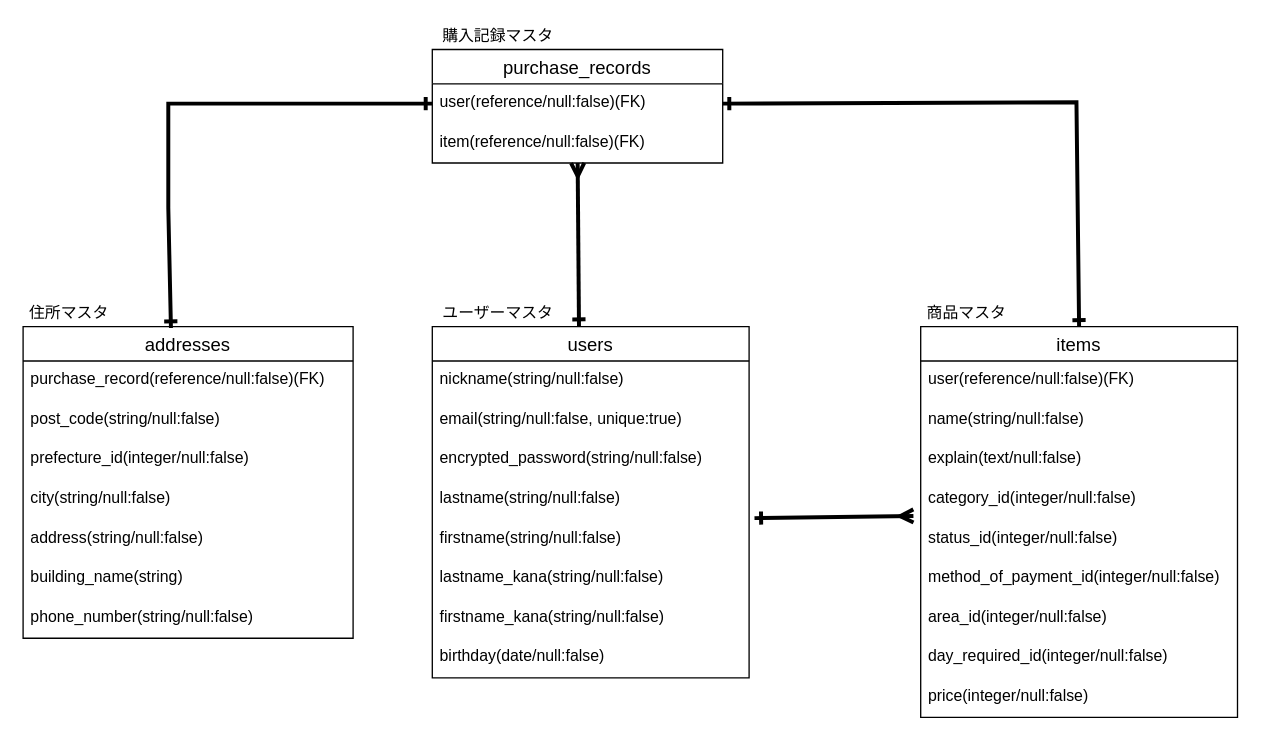
Before: ER.dio in Shira3yuriharu/furima-32353, a draw.io diagram. Source tidied: cells renumbered, new cells numbered last; positions are measured from the earlier drawing's top-left corner, leaving out a move shared by most shapes. Both pictures are drawn from the tidied source at 132%, with x=0, y=0 at pixel (22, 22).
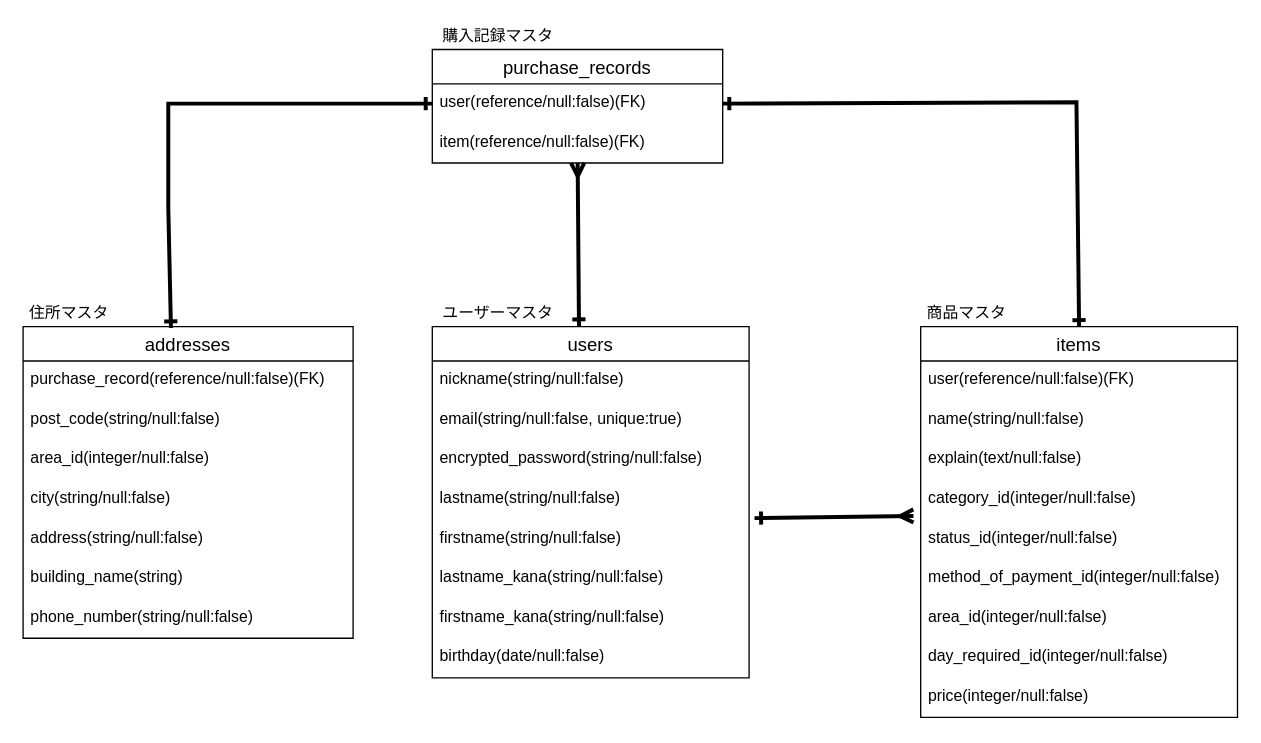
After the change.

Commit message (it also covers changes not shown here):
メンターの方からの指摘対応⑤

Unchanged cells that the change refers to:
```xml
<mxCell id="2" value="addresses" style="swimlane;fontStyle=0;horizontal=1;startSize=26;align=center;fontSize=14;" parent="1" vertex="1">
  <mxGeometry y="230" width="250" height="236" as="geometry" />
</mxCell>
```

Change to the diagram source:
```diff
@@
-    <mxCell id="5" value="prefecture_id(integer/null:false)" style="text;strokeColor=none;fillColor=none;spacingLeft=4;spacingRight=4;overflow=hidden;fontSize=12;" parent="2" vertex="1">
+    <mxCell id="5" value="area_id(integer/null:false)" style="text;strokeColor=none;fillColor=none;spacingLeft=4;spacingRight=4;overflow=hidden;fontSize=12;" parent="2" vertex="1">
       <mxGeometry y="86" width="250" height="30" as="geometry" />
     </mxCell>
```
